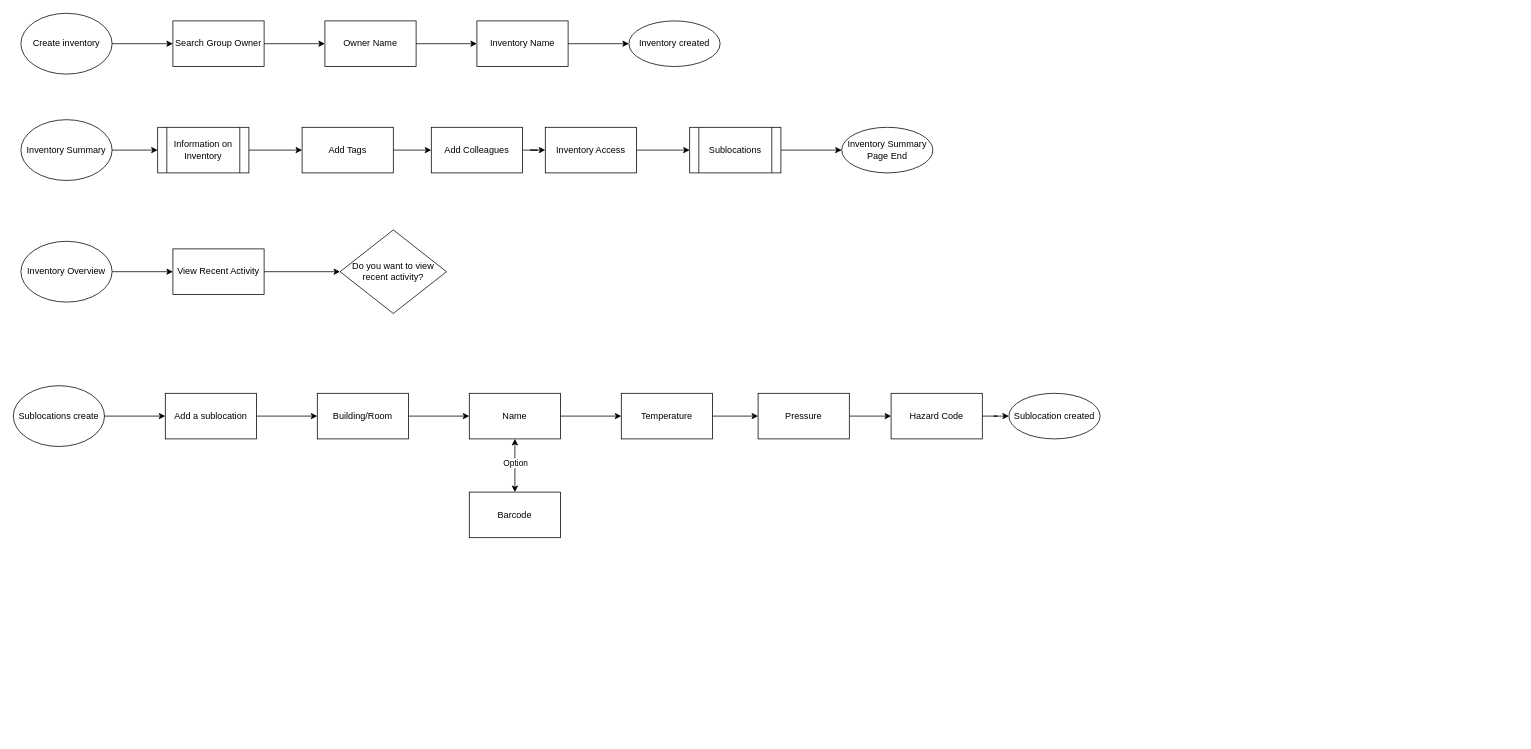
The draw.io diagram Chemical_Inventory.drawio in samuelroiz/WorkFlows_storage, before the edit. Source tidied: cells renumbered, new cells numbered last; positions are measured from the earlier drawing's top-left corner, leaving out a move shared by most shapes. Both pictures are drawn from the tidied source at 76%, with x=0, y=0 at pixel (13, 13).
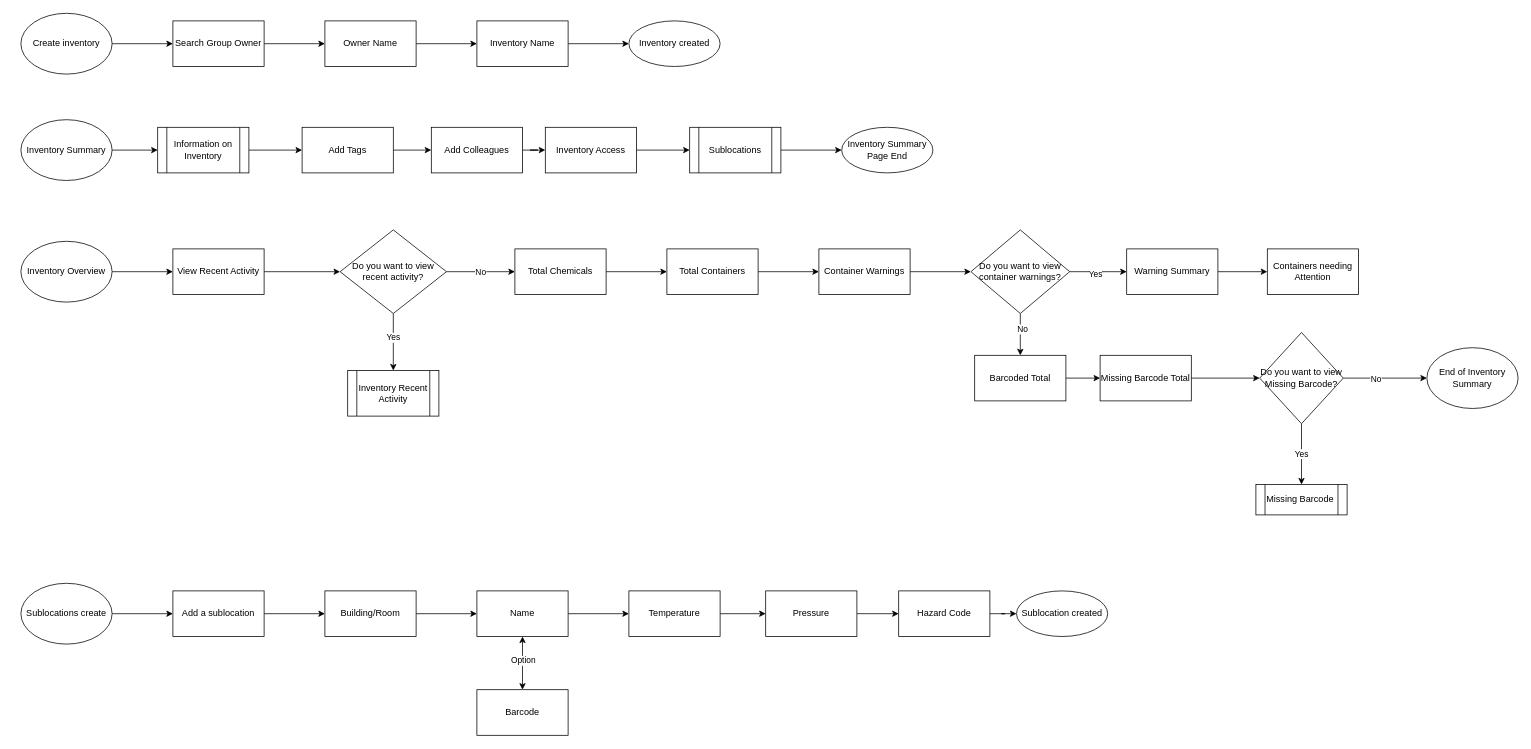
Above is the later version.

The change refers to these unchanged cells:
```xml
<mxCell id="46" value="Do you want to view recent activity?" style="rhombus;whiteSpace=wrap;html=1;" parent="1" vertex="1">
  <mxGeometry x="430" y="285" width="140" height="110" as="geometry" />
</mxCell>
```

What changed in the source:
```diff
@@
     <mxCell id="25" value="Sublocations create" style="ellipse;whiteSpace=wrap;html=1;" parent="1" vertex="1">
-      <mxGeometry y="490" width="120" height="80" as="geometry" />
+      <mxGeometry x="10" y="750" width="120" height="80" as="geometry" />
     </mxCell>
@@
     <mxCell id="27" value="Add a sublocation" style="whiteSpace=wrap;html=1;" parent="1" vertex="1">
-      <mxGeometry x="200" y="500" width="120" height="60" as="geometry" />
+      <mxGeometry x="210" y="760" width="120" height="60" as="geometry" />
     </mxCell>
@@
     <mxCell id="29" value="Building/Room" style="whiteSpace=wrap;html=1;" parent="1" vertex="1">
-      <mxGeometry x="400" y="500" width="120" height="60" as="geometry" />
+      <mxGeometry x="410" y="760" width="120" height="60" as="geometry" />
     </mxCell>
@@
     <mxCell id="31" value="Name" style="whiteSpace=wrap;html=1;" parent="1" vertex="1">
-      <mxGeometry x="600" y="500" width="120" height="60" as="geometry" />
+      <mxGeometry x="610" y="760" width="120" height="60" as="geometry" />
     </mxCell>
     <mxCell id="32" value="Barcode" style="whiteSpace=wrap;html=1;" parent="1" vertex="1">
-      <mxGeometry x="600" y="630" width="120" height="60" as="geometry" />
+      <mxGeometry x="610" y="890" width="120" height="60" as="geometry" />
     </mxCell>
@@
     <mxCell id="36" value="Temperature" style="whiteSpace=wrap;html=1;" parent="1" vertex="1">
-      <mxGeometry x="800" y="500" width="120" height="60" as="geometry" />
+      <mxGeometry x="810" y="760" width="120" height="60" as="geometry" />
     </mxCell>
@@
     <mxCell id="38" value="Pressure" style="whiteSpace=wrap;html=1;" parent="1" vertex="1">
-      <mxGeometry x="980" y="500" width="120" height="60" as="geometry" />
+      <mxGeometry x="990" y="760" width="120" height="60" as="geometry" />
     </mxCell>
     <mxCell id="39" value="Sublocation created" style="ellipse;whiteSpace=wrap;html=1;" parent="1" vertex="1">
-      <mxGeometry x="1310" y="500" width="120" height="60" as="geometry" />
+      <mxGeometry x="1320" y="760" width="120" height="60" as="geometry" />
     </mxCell>
@@
     <mxCell id="41" value="Hazard Code" style="rounded=0;whiteSpace=wrap;html=1;" parent="1" vertex="1">
-      <mxGeometry x="1155" y="500" width="120" height="60" as="geometry" />
+      <mxGeometry x="1165" y="760" width="120" height="60" as="geometry" />
     </mxCell>
@@
+    <mxCell id="47" style="edgeStyle=orthogonalEdgeStyle;rounded=0;jettySize=auto;html=1;" parent="1" edge="1" source="46">
+      <mxGeometry relative="1" as="geometry">
+        <mxPoint x="500" y="470" as="targetPoint" />
+      </mxGeometry>
+    </mxCell>
+    <mxCell id="48" value="Yes" style="edgeLabel;html=1;align=center;verticalAlign=middle;" parent="47" vertex="1">
+      <mxGeometry x="-0.17" y="-1" relative="1" as="geometry" />
+    </mxCell>
+    <mxCell id="49" style="edgeStyle=orthogonalEdgeStyle;rounded=0;jettySize=auto;html=1;" parent="1" edge="1" source="46" target="53">
+      <mxGeometry relative="1" as="geometry" />
+    </mxCell>
+    <mxCell id="50" value="No" style="edgeLabel;html=1;align=center;verticalAlign=middle;" parent="49" vertex="1">
+      <mxGeometry x="-0.02" y="-3" relative="1" as="geometry">
+        <mxPoint y="-3" as="offset" />
+      </mxGeometry>
+    </mxCell>
@@
+    <mxCell id="51" value="Inventory Recent Activity" style="shape=process;whiteSpace=wrap;html=1;backgroundOutline=1;" parent="1" vertex="1">
+      <mxGeometry x="440" y="470" width="120" height="60" as="geometry" />
+    </mxCell>
+    <mxCell id="52" style="edgeStyle=orthogonalEdgeStyle;rounded=0;jettySize=auto;html=1;" parent="1" edge="1" source="53" target="55">
+      <mxGeometry relative="1" as="geometry" />
+    </mxCell>
+    <mxCell id="53" value="Total Chemicals" style="whiteSpace=wrap;html=1;" parent="1" vertex="1">
+      <mxGeometry x="660" y="310" width="120" height="60" as="geometry" />
+    </mxCell>
+    <mxCell id="54" style="edgeStyle=orthogonalEdgeStyle;rounded=0;jettySize=auto;html=1;" parent="1" edge="1" source="55" target="57">
+      <mxGeometry relative="1" as="geometry" />
+    </mxCell>
+    <mxCell id="55" value="Total Containers" style="whiteSpace=wrap;html=1;" parent="1" vertex="1">
+      <mxGeometry x="860" y="310" width="120" height="60" as="geometry" />
+    </mxCell>
+    <mxCell id="56" style="edgeStyle=orthogonalEdgeStyle;rounded=0;jettySize=auto;html=1;" parent="1" edge="1" source="57" target="62">
+      <mxGeometry relative="1" as="geometry" />
+    </mxCell>
+    <mxCell id="57" value="Container Warnings" style="whiteSpace=wrap;html=1;" parent="1" vertex="1">
+      <mxGeometry x="1060" y="310" width="120" height="60" as="geometry" />
+    </mxCell>
+    <mxCell id="58" style="edgeStyle=orthogonalEdgeStyle;rounded=0;jettySize=auto;html=1;exitX=1;exitY=0.5;exitDx=0;exitDy=0;" parent="1" edge="1" source="62" target="64">
+      <mxGeometry relative="1" as="geometry" />
+    </mxCell>
+    <mxCell id="59" value="Yes" style="edgeLabel;html=1;align=center;verticalAlign=middle;" parent="58" vertex="1">
+      <mxGeometry x="-0.12" y="-2" relative="1" as="geometry" />
+    </mxCell>
+    <mxCell id="60" style="edgeStyle=orthogonalEdgeStyle;rounded=0;jettySize=auto;html=1;exitX=0.5;exitY=1;exitDx=0;exitDy=0;" parent="1" edge="1" source="62" target="67">
+      <mxGeometry relative="1" as="geometry" />
+    </mxCell>
+    <mxCell id="61" value="No" style="edgeLabel;html=1;align=center;verticalAlign=middle;" parent="60" vertex="1">
+      <mxGeometry x="-0.27" y="2" relative="1" as="geometry" />
+    </mxCell>
+    <mxCell id="62" value="Do you want to view container warnings?" style="rhombus;whiteSpace=wrap;html=1;" parent="1" vertex="1">
+      <mxGeometry x="1260" y="285" width="130" height="110" as="geometry" />
+    </mxCell>
+    <mxCell id="63" style="edgeStyle=orthogonalEdgeStyle;rounded=0;jettySize=auto;html=1;" parent="1" edge="1" source="64" target="65">
+      <mxGeometry relative="1" as="geometry" />
+    </mxCell>
+    <mxCell id="64" value="Warning Summary" style="whiteSpace=wrap;html=1;" parent="1" vertex="1">
+      <mxGeometry x="1465" y="310" width="120" height="60" as="geometry" />
+    </mxCell>
+    <mxCell id="65" value="Containers needing Attention" style="whiteSpace=wrap;html=1;" parent="1" vertex="1">
+      <mxGeometry x="1650" y="310" width="120" height="60" as="geometry" />
+    </mxCell>
+    <mxCell id="66" style="edgeStyle=orthogonalEdgeStyle;rounded=0;jettySize=auto;html=1;" parent="1" edge="1" source="67" target="69">
+      <mxGeometry relative="1" as="geometry" />
+    </mxCell>
+    <mxCell id="67" value="Barcoded Total" style="whiteSpace=wrap;html=1;" parent="1" vertex="1">
+      <mxGeometry x="1265" y="450" width="120" height="60" as="geometry" />
+    </mxCell>
+    <mxCell id="68" style="edgeStyle=orthogonalEdgeStyle;rounded=0;jettySize=auto;html=1;" parent="1" edge="1" source="69" target="73">
+      <mxGeometry relative="1" as="geometry" />
+    </mxCell>
+    <mxCell id="69" value="Missing Barcode Total" style="whiteSpace=wrap;html=1;" parent="1" vertex="1">
+      <mxGeometry x="1430" y="450" width="120" height="60" as="geometry" />
+    </mxCell>
+    <mxCell id="70" value="Yes" style="edgeStyle=orthogonalEdgeStyle;rounded=0;jettySize=auto;html=1;entryX=0.5;entryY=0;entryDx=0;entryDy=0;exitX=0.5;exitY=1;exitDx=0;exitDy=0;" parent="1" edge="1" source="73" target="74">
+      <mxGeometry relative="1" as="geometry" />
+    </mxCell>
+    <mxCell id="71" style="edgeStyle=orthogonalEdgeStyle;rounded=0;jettySize=auto;html=1;entryX=0;entryY=0.5;entryDx=0;entryDy=0;exitX=1;exitY=0.5;exitDx=0;exitDy=0;" parent="1" edge="1" source="73" target="75">
+      <mxGeometry relative="1" as="geometry" />
+    </mxCell>
+    <mxCell id="72" value="No" style="edgeLabel;html=1;align=center;verticalAlign=middle;" parent="71" vertex="1">
+      <mxGeometry x="-0.23" y="-1" relative="1" as="geometry" />
+    </mxCell>
+    <mxCell id="73" value="&lt;span&gt;Do you want to view Missing Barcode?&lt;/span&gt;" style="rhombus;whiteSpace=wrap;html=1;" parent="1" vertex="1">
+      <mxGeometry x="1640" y="420" width="110" height="120" as="geometry" />
+    </mxCell>
+    <mxCell id="74" value="Missing Barcode&amp;nbsp;" style="shape=process;whiteSpace=wrap;html=1;backgroundOutline=1;" parent="1" vertex="1">
+      <mxGeometry x="1635" y="620" width="120" height="40" as="geometry" />
+    </mxCell>
+    <mxCell id="75" value="End of Inventory Summary" style="ellipse;whiteSpace=wrap;html=1;" parent="1" vertex="1">
+      <mxGeometry x="1860" y="440" width="120" height="80" as="geometry" />
+    </mxCell>
```
